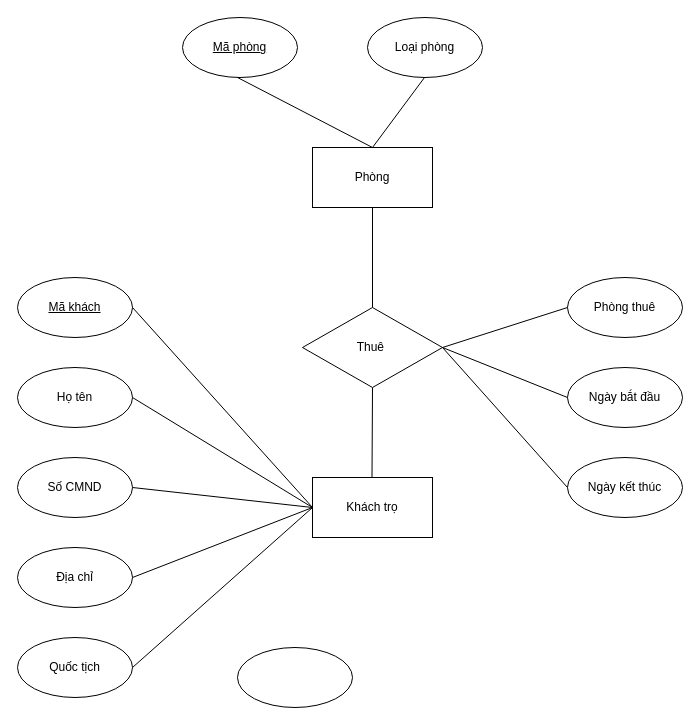
Earlier version of the draw.io diagram Untitled Diagram.drawio (Gia-Nghi/DiagramSQL). Source tidied: cells renumbered, new cells numbered last; positions are measured from the earlier drawing's top-left corner, leaving out a move shared by most shapes. Both pictures are drawn from the tidied source at 100%, with x=0, y=0 at pixel (17, 17).
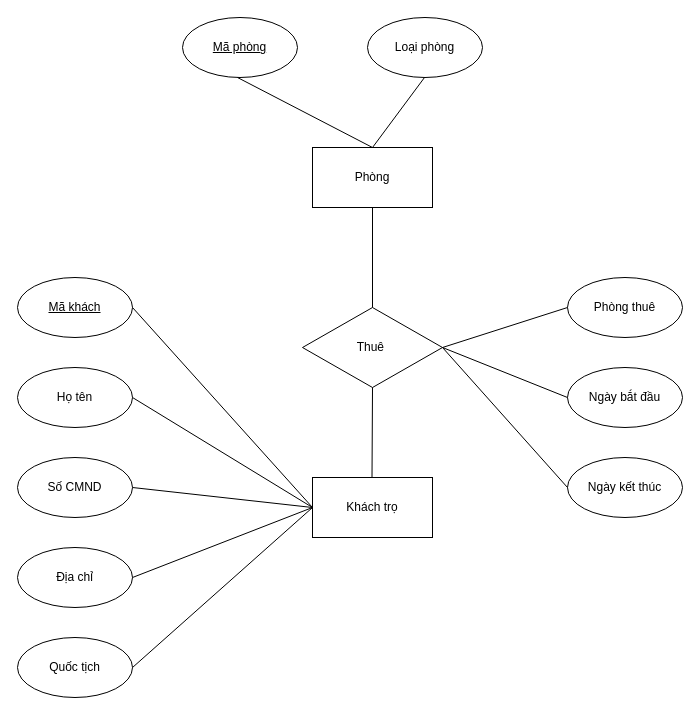
After the change.

The edit, as a diff of the source:
```diff
@@
-    <mxCell id="15" style="ellipse;whiteSpace=wrap;html=1;" parent="1" vertex="1">
-      <mxGeometry x="220" y="630" width="115" height="60" as="geometry" />
-    </mxCell>
```
